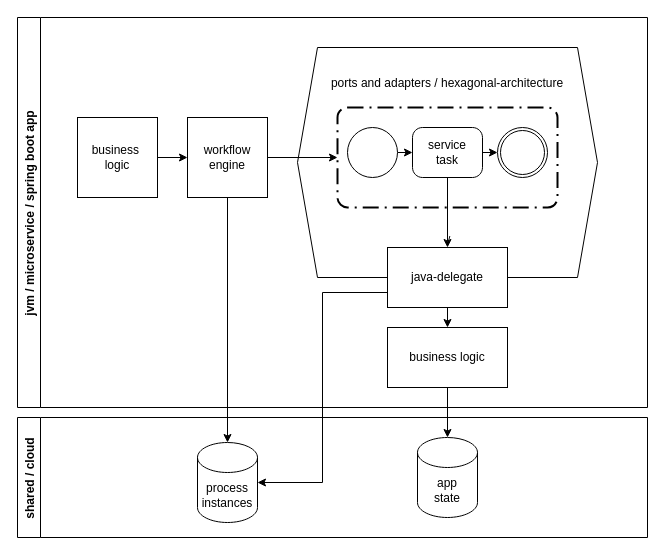
This is diagrams/workflow_programming_model.drawio from nikkijuk/pigeongram, a draw.io file, before an edit. Source tidied: cells renumbered, new cells numbered last; positions are measured from the earlier drawing's top-left corner, leaving out a move shared by most shapes. Both pictures are drawn from the tidied source at 100%, with x=0, y=0 at pixel (17, 17).
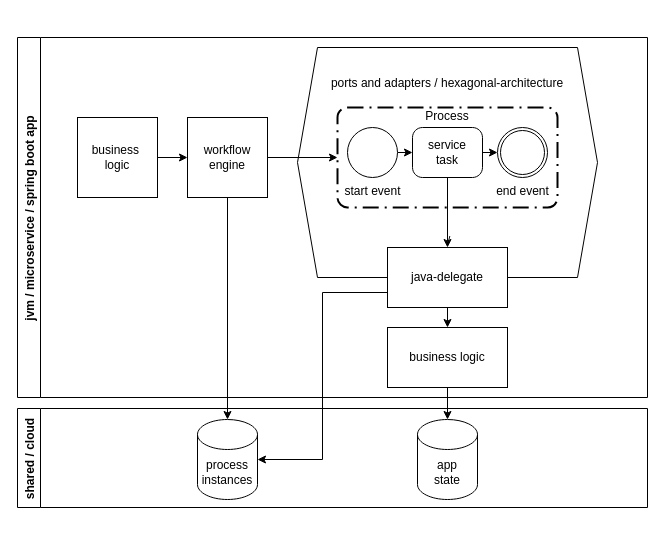
After the change.

Diff of the diagram source:
```diff
@@
-    <mxCell id="3" style="points=[[0.25,0,0],[0.5,0,0],[0.75,0,0],[1,0.25,0],[1,0.5,0],[1,0.75,0],[0.75,1,0],[0.5,1,0],[0.25,1,0],[0,0.75,0],[0,0.5,0],[0,0.25,0]];rounded=1;arcSize=10;dashed=1;strokeColor=#000000;fillColor=none;gradientColor=none;dashPattern=8 3 1 3;strokeWidth=2;" parent="1" vertex="1">
+    <mxCell id="3" value="Process&#10;&#10;&#10;&#10;&#10;&#10;" style="points=[[0.25,0,0],[0.5,0,0],[0.75,0,0],[1,0.25,0],[1,0.5,0],[1,0.75,0],[0.75,1,0],[0.5,1,0],[0.25,1,0],[0,0.75,0],[0,0.5,0],[0,0.25,0]];rounded=1;arcSize=10;dashed=1;strokeColor=#000000;fillColor=none;gradientColor=none;dashPattern=8 3 1 3;strokeWidth=2;align=center;" parent="1" vertex="1">
       <mxGeometry x="320" y="90" width="220" height="100" as="geometry" />
     </mxCell>
@@
-    <mxCell id="5" style="points=[[0.145,0.145,0],[0.5,0,0],[0.855,0.145,0],[1,0.5,0],[0.855,0.855,0],[0.5,1,0],[0.145,0.855,0],[0,0.5,0]];shape=mxgraph.bpmn.event;html=1;verticalLabelPosition=bottom;labelBackgroundColor=#ffffff;verticalAlign=top;align=center;perimeter=ellipsePerimeter;outlineConnect=0;outline=standard;symbol=general;" parent="1" vertex="1">
+    <mxCell id="5" value="start event" style="points=[[0.145,0.145,0],[0.5,0,0],[0.855,0.145,0],[1,0.5,0],[0.855,0.855,0],[0.5,1,0],[0.145,0.855,0],[0,0.5,0]];shape=mxgraph.bpmn.event;html=1;verticalLabelPosition=bottom;labelBackgroundColor=#ffffff;verticalAlign=top;align=center;perimeter=ellipsePerimeter;outlineConnect=0;outline=standard;symbol=general;" parent="1" vertex="1">
       <mxGeometry x="330" y="110" width="50" height="50" as="geometry" />
     </mxCell>
-    <mxCell id="6" style="points=[[0.145,0.145,0],[0.5,0,0],[0.855,0.145,0],[1,0.5,0],[0.855,0.855,0],[0.5,1,0],[0.145,0.855,0],[0,0.5,0]];shape=mxgraph.bpmn.event;html=1;verticalLabelPosition=bottom;labelBackgroundColor=#ffffff;verticalAlign=top;align=center;perimeter=ellipsePerimeter;outlineConnect=0;outline=throwing;symbol=general;" parent="1" vertex="1">
+    <mxCell id="6" value="end event" style="points=[[0.145,0.145,0],[0.5,0,0],[0.855,0.145,0],[1,0.5,0],[0.855,0.855,0],[0.5,1,0],[0.145,0.855,0],[0,0.5,0]];shape=mxgraph.bpmn.event;html=1;verticalLabelPosition=bottom;labelBackgroundColor=#ffffff;verticalAlign=top;align=center;perimeter=ellipsePerimeter;outlineConnect=0;outline=throwing;symbol=general;" parent="1" vertex="1">
       <mxGeometry x="480" y="110" width="50" height="50" as="geometry" />
     </mxCell>
@@
     <mxCell id="19" value="jvm / microservice / spring boot app" style="swimlane;horizontal=0;" parent="1" vertex="1">
-      <mxGeometry width="630" height="390" as="geometry" />
+      <mxGeometry y="20" width="630" height="360" as="geometry" />
     </mxCell>
     <mxCell id="20" value="workflow engine" style="whiteSpace=wrap;html=1;" parent="19" vertex="1">
-      <mxGeometry x="170" y="100" width="80" height="80" as="geometry" />
+      <mxGeometry x="170" y="80" width="80" height="80" as="geometry" />
     </mxCell>
     <mxCell id="21" value="process&lt;br&gt;instances" style="shape=cylinder3;whiteSpace=wrap;html=1;boundedLbl=1;backgroundOutline=1;size=15;" parent="1" vertex="1">
-      <mxGeometry x="180" y="425" width="60" height="80" as="geometry" />
+      <mxGeometry x="180" y="402" width="60" height="80" as="geometry" />
     </mxCell>
     <mxCell id="22" value="app&lt;br&gt;state" style="shape=cylinder3;whiteSpace=wrap;html=1;boundedLbl=1;backgroundOutline=1;size=15;" parent="1" vertex="1">
-      <mxGeometry x="400" y="420" width="60" height="80" as="geometry" />
+      <mxGeometry x="400" y="402" width="60" height="80" as="geometry" />
     </mxCell>
     <mxCell id="23" value="shared / cloud" style="swimlane;horizontal=0;" parent="1" vertex="1">
-      <mxGeometry y="400" width="630" height="120" as="geometry" />
+      <mxGeometry y="391" width="630" height="99" as="geometry" />
     </mxCell>
```
